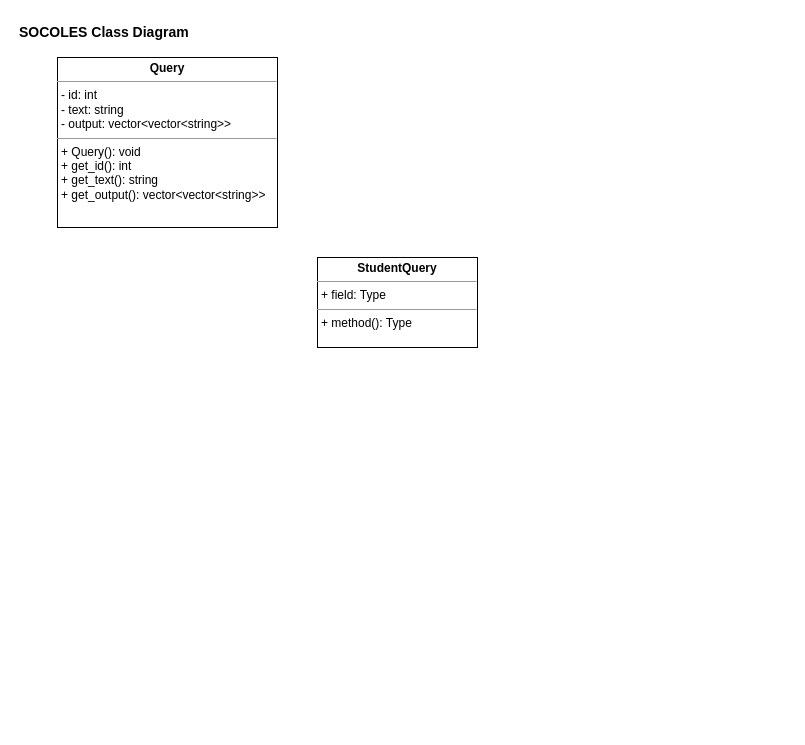
The draw.io diagram page "Page-4" (4 of 4) of uml.drawio in berniegach/uml_socoles, before the edit. Source tidied: cells renumbered, new cells numbered last; positions are measured from the earlier drawing's top-left corner, leaving out a move shared by most shapes. Both pictures are drawn from the tidied source at 100%, with x=0, y=0 at pixel (17, 17).
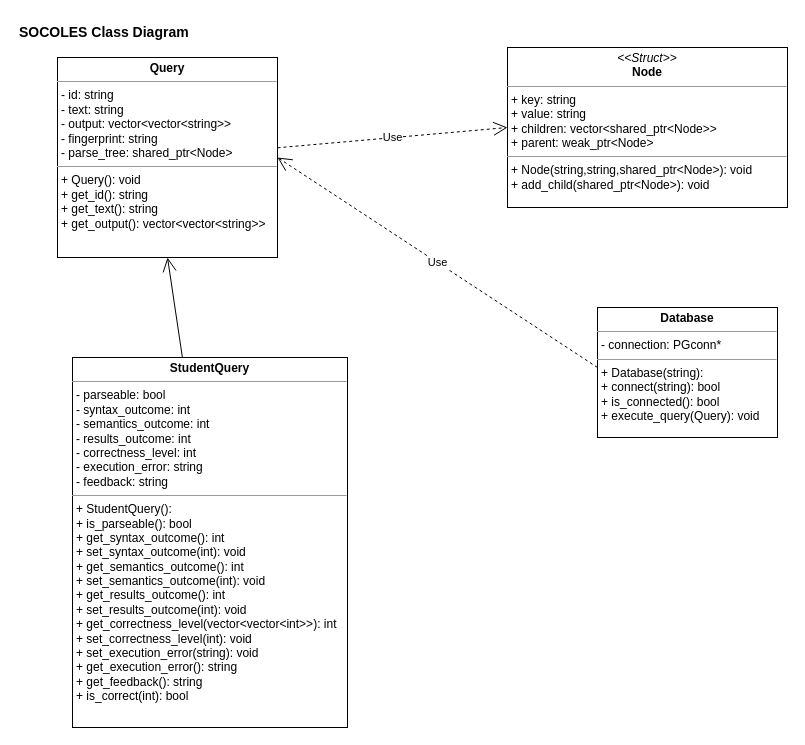
After the change.

The edit, as a diff of the source:
```diff
@@
 <mxGraphModel>
   <root>
     <mxCell id="0" />
     <mxCell id="1" parent="0" />
     <mxCell id="2" value="&lt;div style=&quot;&quot;&gt;&lt;span style=&quot;background-color: initial;&quot;&gt;SOCOLES Class Diagram&lt;/span&gt;&lt;/div&gt;" style="text;html=1;strokeColor=none;fillColor=none;align=left;verticalAlign=middle;whiteSpace=wrap;rounded=0;fontStyle=1;fontSize=14;" parent="1" vertex="1">
       <mxGeometry width="220" height="30" as="geometry" />
     </mxCell>
-    <mxCell id="3" value="&lt;p style=&quot;margin:0px;margin-top:4px;text-align:center;&quot;&gt;&lt;b&gt;Query&lt;/b&gt;&lt;/p&gt;&lt;hr size=&quot;1&quot;&gt;&lt;p style=&quot;margin:0px;margin-left:4px;&quot;&gt;- id: int&lt;/p&gt;&lt;p style=&quot;margin:0px;margin-left:4px;&quot;&gt;- text: string&lt;/p&gt;&lt;p style=&quot;margin:0px;margin-left:4px;&quot;&gt;- output: vector&amp;lt;vector&amp;lt;string&amp;gt;&amp;gt;&lt;/p&gt;&lt;hr size=&quot;1&quot;&gt;&lt;p style=&quot;margin:0px;margin-left:4px;&quot;&gt;+ Query(): void&lt;/p&gt;&lt;p style=&quot;margin:0px;margin-left:4px;&quot;&gt;+ get_id(): int&lt;/p&gt;&lt;p style=&quot;margin:0px;margin-left:4px;&quot;&gt;+ get_text(): string&lt;/p&gt;&lt;p style=&quot;margin:0px;margin-left:4px;&quot;&gt;+ get_output(): vector&amp;lt;vector&amp;lt;string&amp;gt;&amp;gt;&lt;/p&gt;" style="verticalAlign=top;align=left;overflow=fill;fontSize=12;fontFamily=Helvetica;html=1;whiteSpace=wrap;" parent="1" vertex="1">
-      <mxGeometry x="40" y="40" width="220" height="170" as="geometry" />
+    <mxCell id="3" value="&lt;p style=&quot;margin:0px;margin-top:4px;text-align:center;&quot;&gt;&lt;b&gt;Query&lt;/b&gt;&lt;/p&gt;&lt;hr size=&quot;1&quot;&gt;&lt;p style=&quot;margin:0px;margin-left:4px;&quot;&gt;- id: string&lt;/p&gt;&lt;p style=&quot;margin:0px;margin-left:4px;&quot;&gt;- text: string&lt;/p&gt;&lt;p style=&quot;margin:0px;margin-left:4px;&quot;&gt;- output: vector&amp;lt;vector&amp;lt;string&amp;gt;&amp;gt;&lt;/p&gt;&lt;p style=&quot;margin:0px;margin-left:4px;&quot;&gt;- fingerprint: string&lt;/p&gt;&lt;p style=&quot;margin:0px;margin-left:4px;&quot;&gt;- parse_tree: shared_ptr&amp;lt;Node&amp;gt;&lt;/p&gt;&lt;hr size=&quot;1&quot;&gt;&lt;p style=&quot;margin:0px;margin-left:4px;&quot;&gt;+ Query(): void&lt;/p&gt;&lt;p style=&quot;margin:0px;margin-left:4px;&quot;&gt;+ get_id(): string&lt;/p&gt;&lt;p style=&quot;margin:0px;margin-left:4px;&quot;&gt;+ get_text(): string&lt;/p&gt;&lt;p style=&quot;margin:0px;margin-left:4px;&quot;&gt;+ get_output(): vector&amp;lt;vector&amp;lt;string&amp;gt;&amp;gt;&lt;/p&gt;" style="verticalAlign=top;align=left;overflow=fill;fontSize=12;fontFamily=Helvetica;html=1;whiteSpace=wrap;" parent="1" vertex="1">
+      <mxGeometry x="40" y="40" width="220" height="200" as="geometry" />
     </mxCell>
-    <mxCell id="4" value="&lt;p style=&quot;margin:0px;margin-top:4px;text-align:center;&quot;&gt;&lt;b&gt;StudentQuery&lt;/b&gt;&lt;/p&gt;&lt;hr size=&quot;1&quot;&gt;&lt;p style=&quot;margin:0px;margin-left:4px;&quot;&gt;+ field: Type&lt;/p&gt;&lt;hr size=&quot;1&quot;&gt;&lt;p style=&quot;margin:0px;margin-left:4px;&quot;&gt;+ method(): Type&lt;/p&gt;" style="verticalAlign=top;align=left;overflow=fill;fontSize=12;fontFamily=Helvetica;html=1;whiteSpace=wrap;" parent="1" vertex="1">
-      <mxGeometry x="300" y="240" width="160" height="90" as="geometry" />
+    <mxCell id="4" value="&lt;p style=&quot;margin:0px;margin-top:4px;text-align:center;&quot;&gt;&lt;b&gt;StudentQuery&lt;/b&gt;&lt;/p&gt;&lt;hr size=&quot;1&quot;&gt;&lt;p style=&quot;margin:0px;margin-left:4px;&quot;&gt;- parseable: bool&lt;/p&gt;&lt;p style=&quot;margin:0px;margin-left:4px;&quot;&gt;- syntax_outcome: int&lt;/p&gt;&lt;p style=&quot;margin:0px;margin-left:4px;&quot;&gt;- semantics_outcome: int&lt;/p&gt;&lt;p style=&quot;margin:0px;margin-left:4px;&quot;&gt;- results_outcome: int&lt;/p&gt;&lt;p style=&quot;margin:0px;margin-left:4px;&quot;&gt;- correctness_level: int&lt;/p&gt;&lt;p style=&quot;margin:0px;margin-left:4px;&quot;&gt;- execution_error: string&lt;/p&gt;&lt;p style=&quot;margin:0px;margin-left:4px;&quot;&gt;- feedback: string&lt;/p&gt;&lt;hr size=&quot;1&quot;&gt;&lt;p style=&quot;margin:0px;margin-left:4px;&quot;&gt;+ StudentQuery():&amp;nbsp;&lt;/p&gt;&lt;p style=&quot;margin:0px;margin-left:4px;&quot;&gt;+ is_parseable(): bool&lt;/p&gt;&lt;p style=&quot;margin:0px;margin-left:4px;&quot;&gt;+ get_syntax_outcome(): int&lt;/p&gt;&lt;p style=&quot;margin:0px;margin-left:4px;&quot;&gt;+ set_syntax_outcome(int): void&lt;/p&gt;&lt;p style=&quot;margin:0px;margin-left:4px;&quot;&gt;+ get_semantics_outcome(): int&lt;/p&gt;&lt;p style=&quot;margin:0px;margin-left:4px;&quot;&gt;+ set_semantics_outcome(int): void&lt;/p&gt;&lt;p style=&quot;margin:0px;margin-left:4px;&quot;&gt;+ get_results_outcome(): int&lt;/p&gt;&lt;p style=&quot;margin:0px;margin-left:4px;&quot;&gt;+ set_results_outcome(int): void&lt;/p&gt;&lt;p style=&quot;margin:0px;margin-left:4px;&quot;&gt;+ get_correctness_level(vector&amp;lt;vector&amp;lt;int&amp;gt;&amp;gt;): int&lt;/p&gt;&lt;p style=&quot;margin:0px;margin-left:4px;&quot;&gt;+ set_correctness_level(int): void&amp;nbsp;&lt;/p&gt;&lt;p style=&quot;margin:0px;margin-left:4px;&quot;&gt;+ set_execution_error(string): void&lt;/p&gt;&lt;p style=&quot;margin:0px;margin-left:4px;&quot;&gt;+ get_execution_error(): string&lt;/p&gt;&lt;p style=&quot;margin:0px;margin-left:4px;&quot;&gt;+ get_feedback(): string&lt;/p&gt;&lt;p style=&quot;margin:0px;margin-left:4px;&quot;&gt;+ is_correct(int): bool&lt;/p&gt;" style="verticalAlign=top;align=left;overflow=fill;fontSize=12;fontFamily=Helvetica;html=1;whiteSpace=wrap;" parent="1" vertex="1">
+      <mxGeometry x="55" y="340" width="275" height="370" as="geometry" />
     </mxCell>
+    <mxCell id="5" value="&lt;p style=&quot;margin:0px;margin-top:4px;text-align:center;&quot;&gt;&lt;i&gt;&amp;lt;&amp;lt;Struct&amp;gt;&amp;gt;&lt;/i&gt;&lt;br&gt;&lt;b&gt;Node&lt;/b&gt;&lt;/p&gt;&lt;hr size=&quot;1&quot;&gt;&lt;p style=&quot;margin:0px;margin-left:4px;&quot;&gt;+ key: string&lt;br&gt;+ value: string&lt;/p&gt;&lt;p style=&quot;margin:0px;margin-left:4px;&quot;&gt;+ children: vector&amp;lt;shared_ptr&amp;lt;Node&amp;gt;&amp;gt;&lt;/p&gt;&lt;p style=&quot;margin:0px;margin-left:4px;&quot;&gt;+ parent: weak_ptr&amp;lt;Node&amp;gt;&lt;/p&gt;&lt;hr size=&quot;1&quot;&gt;&lt;p style=&quot;margin:0px;margin-left:4px;&quot;&gt;+ Node(string,string,shared_ptr&amp;lt;Node&amp;gt;): void&lt;br&gt;+ add_child(shared_ptr&amp;lt;Node&amp;gt;): void&lt;/p&gt;" style="verticalAlign=top;align=left;overflow=fill;fontSize=12;fontFamily=Helvetica;html=1;whiteSpace=wrap;" parent="1" vertex="1">
+      <mxGeometry x="490" y="30" width="280" height="160" as="geometry" />
+    </mxCell>
+    <mxCell id="6" value="Use" style="endArrow=open;endSize=12;dashed=1;html=1;rounded=0;entryX=0;entryY=0.5;entryDx=0;entryDy=0;" parent="1" edge="1" source="3" target="5">
+      <mxGeometry relative="1" as="geometry" />
+    </mxCell>
+    <mxCell id="7" style="endArrow=open;endFill=1;endSize=12;html=1;rounded=0;entryX=0.5;entryY=1;entryDx=0;entryDy=0;" parent="1" edge="1" source="4" target="3">
+      <mxGeometry relative="1" as="geometry" />
+    </mxCell>
+    <mxCell id="8" value="&lt;p style=&quot;margin:0px;margin-top:4px;text-align:center;&quot;&gt;&lt;b&gt;Database&lt;/b&gt;&lt;/p&gt;&lt;hr size=&quot;1&quot;&gt;&lt;p style=&quot;margin:0px;margin-left:4px;&quot;&gt;- connection: PGconn*&lt;/p&gt;&lt;hr size=&quot;1&quot;&gt;&lt;p style=&quot;margin:0px;margin-left:4px;&quot;&gt;+ Database(string):&amp;nbsp;&lt;/p&gt;&lt;p style=&quot;margin:0px;margin-left:4px;&quot;&gt;+ connect(string): bool&lt;/p&gt;&lt;p style=&quot;margin:0px;margin-left:4px;&quot;&gt;+ is_connected(): bool&lt;/p&gt;&lt;p style=&quot;margin:0px;margin-left:4px;&quot;&gt;+ execute_query(Query): void&lt;/p&gt;" style="verticalAlign=top;align=left;overflow=fill;fontSize=12;fontFamily=Helvetica;html=1;whiteSpace=wrap;" parent="1" vertex="1">
+      <mxGeometry x="580" y="290" width="180" height="130" as="geometry" />
+    </mxCell>
+    <mxCell id="9" value="Use" style="endArrow=open;endSize=12;dashed=1;html=1;rounded=0;entryX=1;entryY=0.5;entryDx=0;entryDy=0;" parent="1" edge="1" target="3">
+      <mxGeometry relative="1" as="geometry">
+        <mxPoint x="580" y="350" as="sourcePoint" />
+      </mxGeometry>
+    </mxCell>
   </root>
 </mxGraphModel>
```
